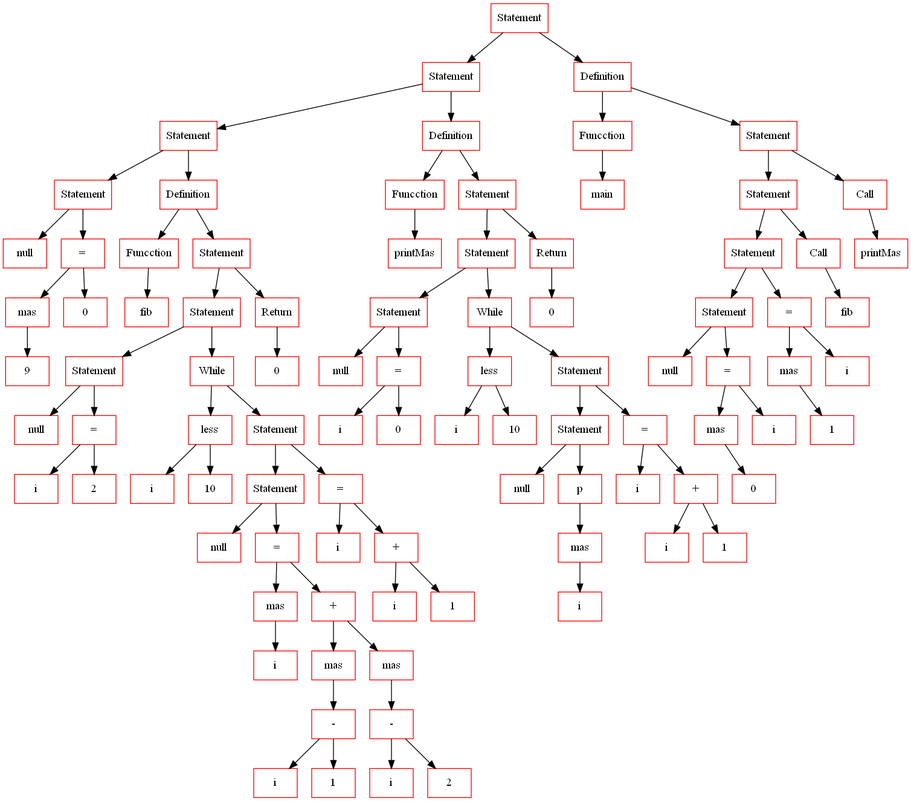
Above: lang_tree.png in vian96/uzh_lang (Graphviz), before the change. Its source is kept beside it as lang_tree.gv.
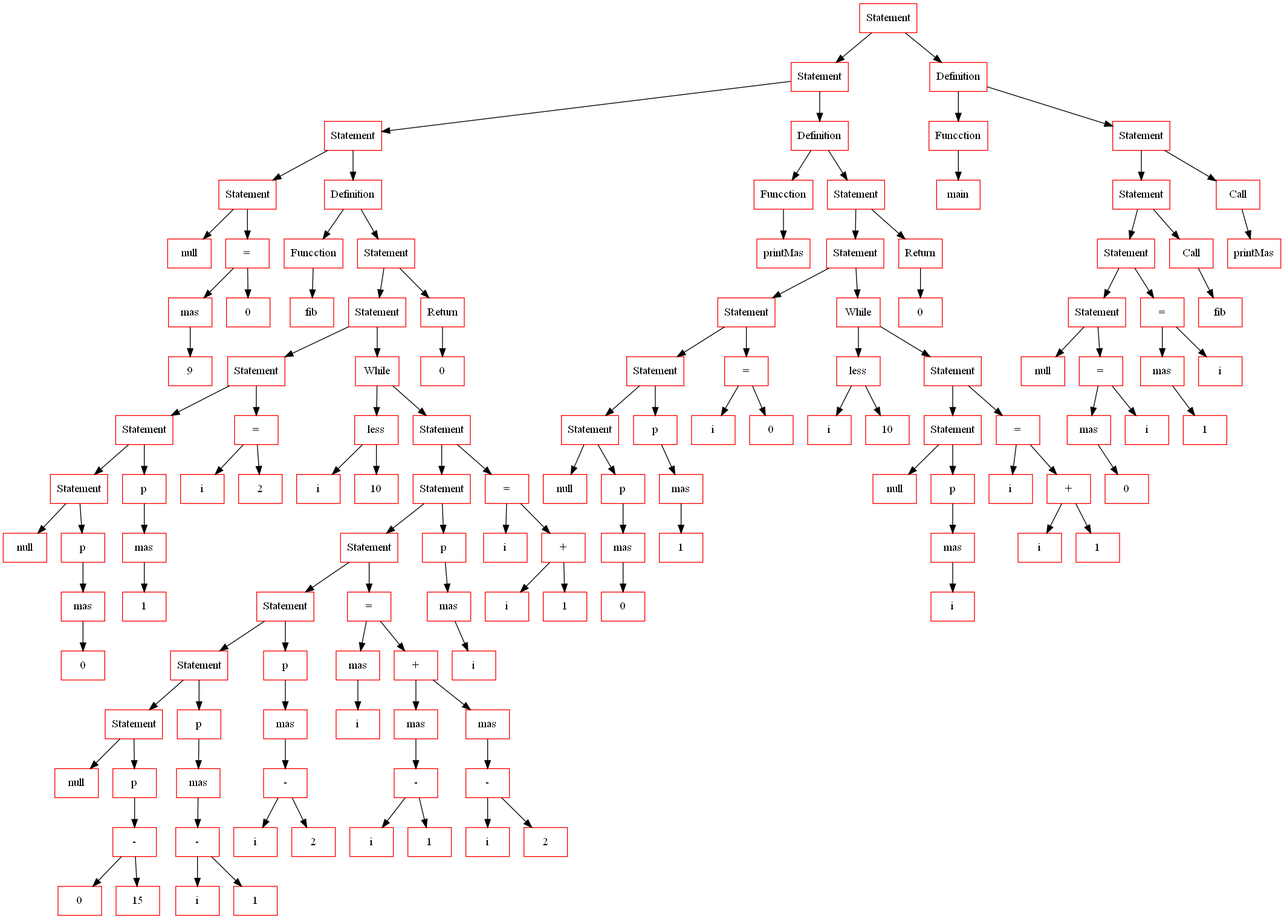
After the change.

The edit, as a diff of the source:
```diff
@@ -4,189 +4,263 @@
 
 	node[color="red",fontsize=14];
 
-	175106336[shape=record, label="Statement"];
-	175007280[shape=record, label="Statement"];
-	174987744[shape=record, label="Statement"];
-	174986352[shape=record, label="Statement"];
-	174986288[shape=record, label="null"];
-	174986416[shape=record, label="="];
-	174986480[shape=record, label="mas"];
-	174986544[shape=record, label="9"];
-	174987680[shape=record, label="0"];
-	174987808[shape=record, label="Definition"];
-	174987872[shape=record, label="Funcction"];
-	174987936[shape=record, label="fib"];
-	175008560[shape=record, label="Statement"];
-	175008944[shape=record, label="Statement"];
-	174988064[shape=record, label="Statement"];
-	174988000[shape=record, label="null"];
-	174988128[shape=record, label="="];
-	174988192[shape=record, label="i"];
-	174988256[shape=record, label="2"];
-	175007728[shape=record, label="While"];
-	175007792[shape=record, label="less"];
-	175008368[shape=record, label="i"];
-	175008688[shape=record, label="10"];
-	175008496[shape=record, label="Statement"];
-	175007920[shape=record, label="Statement"];
-	175009072[shape=record, label="null"];
-	175009008[shape=record, label="="];
-	175007472[shape=record, label="mas"];
-	175007664[shape=record, label="i"];
-	175007600[shape=record, label="+"];
-	175008432[shape=record, label="mas"];
-	175007536[shape=record, label="-"];
-	175007856[shape=record, label="i"];
-	175007344[shape=record, label="1"];
-	175008752[shape=record, label="mas"];
-	175008048[shape=record, label="-"];
-	175007984[shape=record, label="i"];
-	175008112[shape=record, label="2"];
-	175008816[shape=record, label="="];
-	175008176[shape=record, label="i"];
-	175008880[shape=record, label="+"];
-	175008304[shape=record, label="i"];
-	175008240[shape=record, label="1"];
-	175008624[shape=record, label="Return"];
-	175009136[shape=record, label="0"];
-	175007408[shape=record, label="Definition"];
-	175106464[shape=record, label="Funcction"];
-	175107616[shape=record, label="printMas"];
-	175107872[shape=record, label="Statement"];
-	175106592[shape=record, label="Statement"];
-	175105632[shape=record, label="Statement"];
-	175104672[shape=record, label="null"];
-	175107488[shape=record, label="="];
-	175106656[shape=record, label="i"];
-	175105696[shape=record, label="0"];
-	175106144[shape=record, label="While"];
-	175107680[shape=record, label="less"];
-	175106272[shape=record, label="i"];
-	175104608[shape=record, label="10"];
-	175107744[shape=record, label="Statement"];
-	175105888[shape=record, label="Statement"];
-	175106016[shape=record, label="null"];
-	175107168[shape=record, label="p"];
-	175105760[shape=record, label="mas"];
-	175108192[shape=record, label="i"];
-	175106528[shape=record, label="="];
-	175108384[shape=record, label="i"];
-	175106720[shape=record, label="+"];
-	175108256[shape=record, label="i"];
-	175108064[shape=record, label="1"];
-	175105568[shape=record, label="Return"];
-	175104736[shape=record, label="0"];
-	175106784[shape=record, label="Definition"];
-	175107104[shape=record, label="Funcction"];
-	175104800[shape=record, label="main"];
-	175107296[shape=record, label="Statement"];
-	175108320[shape=record, label="Statement"];
-	175106848[shape=record, label="Statement"];
-	175106400[shape=record, label="Statement"];
-	175104992[shape=record, label="null"];
-	175107936[shape=record, label="="];
-	175108000[shape=record, label="mas"];
-	175107232[shape=record, label="0"];
-	175106080[shape=record, label="i"];
-	175106912[shape=record, label="="];
-	175108128[shape=record, label="mas"];
-	175105952[shape=record, label="1"];
-	175106208[shape=record, label="i"];
-	175106976[shape=record, label="Call"];
-	175104864[shape=record, label="fib"];
-	175107040[shape=record, label="Call"];
-	175104480[shape=record, label="printMas"];
+	2498331712[shape=record, label="Statement"];
+	2500865920[shape=record, label="Statement"];
+	2498305520[shape=record, label="Statement"];
+	2498305200[shape=record, label="Statement"];
+	2498305136[shape=record, label="null"];
+	2498305264[shape=record, label="="];
+	2498305328[shape=record, label="mas"];
+	2498305392[shape=record, label="9"];
+	2498305456[shape=record, label="0"];
+	2498305584[shape=record, label="Definition"];
+	2498305648[shape=record, label="Funcction"];
+	2498305712[shape=record, label="fib"];
+	2500866176[shape=record, label="Statement"];
+	2498327584[shape=record, label="Statement"];
+	2498326688[shape=record, label="Statement"];
+	2498327456[shape=record, label="Statement"];
+	2498303088[shape=record, label="Statement"];
+	2498303024[shape=record, label="null"];
+	2498326816[shape=record, label="p"];
+	2498327328[shape=record, label="mas"];
+	2498327200[shape=record, label="0"];
+	2498328416[shape=record, label="p"];
+	2498327264[shape=record, label="mas"];
+	2498327136[shape=record, label="1"];
+	2498328096[shape=record, label="="];
+	2498328352[shape=record, label="i"];
+	2498327776[shape=record, label="2"];
+	2498328544[shape=record, label="While"];
+	2498326752[shape=record, label="less"];
+	2498327392[shape=record, label="i"];
+	2498327968[shape=record, label="10"];
+	2500863808[shape=record, label="Statement"];
+	2500865536[shape=record, label="Statement"];
+	2500864640[shape=record, label="Statement"];
+	2498326880[shape=record, label="Statement"];
+	2498328032[shape=record, label="Statement"];
+	2498327520[shape=record, label="Statement"];
+	2498327648[shape=record, label="null"];
+	2498327904[shape=record, label="p"];
+	2498327712[shape=record, label="-"];
+	2498328160[shape=record, label="0"];
+	2498327840[shape=record, label="15"];
+	2498327072[shape=record, label="p"];
+	2498328224[shape=record, label="mas"];
+	2498327008[shape=record, label="-"];
+	2498328288[shape=record, label="i"];
+	2498328480[shape=record, label="1"];
+	2498326944[shape=record, label="p"];
+	2500864960[shape=record, label="mas"];
+	2500864000[shape=record, label="-"];
+	2500865664[shape=record, label="i"];
+	2500864768[shape=record, label="2"];
+	2500864448[shape=record, label="="];
+	2500865344[shape=record, label="mas"];
+	2500863744[shape=record, label="i"];
+	2500863872[shape=record, label="+"];
+	2500864832[shape=record, label="mas"];
+	2500864256[shape=record, label="-"];
+	2500866496[shape=record, label="i"];
+	2500862912[shape=record, label="1"];
+	2500865408[shape=record, label="mas"];
+	2500866048[shape=record, label="-"];
+	2500865728[shape=record, label="i"];
+	2500865792[shape=record, label="2"];
+	2500864128[shape=record, label="p"];
+	2500866112[shape=record, label="mas"];
+	2500866688[shape=record, label="i"];
+	2500864512[shape=record, label="="];
+	2500865856[shape=record, label="i"];
+	2500863616[shape=record, label="+"];
+	2500865472[shape=record, label="i"];
+	2500863680[shape=record, label="1"];
+	2500865600[shape=record, label="Return"];
+	2500864704[shape=record, label="0"];
+	2500863424[shape=record, label="Definition"];
+	2500863936[shape=record, label="Funcction"];
+	2500864896[shape=record, label="printMas"];
+	2498332096[shape=record, label="Statement"];
+	2500866240[shape=record, label="Statement"];
+	2500866304[shape=record, label="Statement"];
+	2500865024[shape=record, label="Statement"];
+	2500864064[shape=record, label="Statement"];
+	2500862848[shape=record, label="null"];
+	2500865984[shape=record, label="p"];
+	2500862976[shape=record, label="mas"];
+	2500863488[shape=record, label="0"];
+	2500865088[shape=record, label="p"];
+	2500865152[shape=record, label="mas"];
+	2500865216[shape=record, label="1"];
+	2500865280[shape=record, label="="];
+	2500864192[shape=record, label="i"];
+	2500863168[shape=record, label="0"];
+	2500864320[shape=record, label="While"];
+	2500866432[shape=record, label="less"];
+	2500866368[shape=record, label="i"];
+	2500866560[shape=record, label="10"];
+	2500863552[shape=record, label="Statement"];
+	2500866752[shape=record, label="Statement"];
+	2500863360[shape=record, label="null"];
+	2500863104[shape=record, label="p"];
+	2500866624[shape=record, label="mas"];
+	2500864384[shape=record, label="i"];
+	2500864576[shape=record, label="="];
+	2500863040[shape=record, label="i"];
+	2500863296[shape=record, label="+"];
+	2500863232[shape=record, label="i"];
+	2498332416[shape=record, label="1"];
+	2498331392[shape=record, label="Return"];
+	2498330496[shape=record, label="0"];
+	2498329792[shape=record, label="Definition"];
+	2498330240[shape=record, label="Funcction"];
+	2498330304[shape=record, label="main"];
+	2498333440[shape=record, label="Statement"];
+	2498330432[shape=record, label="Statement"];
+	2498333120[shape=record, label="Statement"];
+	2498333056[shape=record, label="Statement"];
+	2498331328[shape=record, label="null"];
+	2498332608[shape=record, label="="];
+	2498331968[shape=record, label="mas"];
+	2498332352[shape=record, label="0"];
+	2498331008[shape=record, label="i"];
+	2498331840[shape=record, label="="];
+	2498333376[shape=record, label="mas"];
+	2498330752[shape=record, label="1"];
+	2498332480[shape=record, label="i"];
+	2498332032[shape=record, label="Call"];
+	2498331456[shape=record, label="fib"];
+	2498332800[shape=record, label="Call"];
+	2498331584[shape=record, label="printMas"];
 
-	175106336 -> 175007280[fontsize=12]
-	175106336 -> 175106784[fontsize=12]
-	175007280 -> 174987744[fontsize=12]
-	175007280 -> 175007408[fontsize=12]
-	174987744 -> 174986352[fontsize=12]
-	174987744 -> 174987808[fontsize=12]
-	174986352 -> 174986288[fontsize=12]
-	174986352 -> 174986416[fontsize=12]
-	174986416 -> 174986480[fontsize=12]
-	174986416 -> 174987680[fontsize=12]
-	174986480 -> 174986544[fontsize=12]
-	174987808 -> 174987872[fontsize=12]
-	174987808 -> 175008560[fontsize=12]
-	174987872 -> 174987936[fontsize=12]
-	175008560 -> 175008944[fontsize=12]
-	175008560 -> 175008624[fontsize=12]
-	175008944 -> 174988064[fontsize=12]
-	175008944 -> 175007728[fontsize=12]
-	174988064 -> 174988000[fontsize=12]
-	174988064 -> 174988128[fontsize=12]
-	174988128 -> 174988192[fontsize=12]
-	174988128 -> 174988256[fontsize=12]
-	175007728 -> 175007792[fontsize=12]
-	175007728 -> 175008496[fontsize=12]
-	175007792 -> 175008368[fontsize=12]
-	175007792 -> 175008688[fontsize=12]
-	175008496 -> 175007920[fontsize=12]
-	175008496 -> 175008816[fontsize=12]
-	175007920 -> 175009072[fontsize=12]
-	175007920 -> 175009008[fontsize=12]
-	175009008 -> 175007472[fontsize=12]
-	175009008 -> 175007600[fontsize=12]
-	175007472 -> 175007664[fontsize=12]
-	175007600 -> 175008432[fontsize=12]
-	175007600 -> 175008752[fontsize=12]
-	175008432 -> 175007536[fontsize=12]
-	175007536 -> 175007856[fontsize=12]
-	175007536 -> 175007344[fontsize=12]
-	175008752 -> 175008048[fontsize=12]
-	175008048 -> 175007984[fontsize=12]
-	175008048 -> 175008112[fontsize=12]
-	175008816 -> 175008176[fontsize=12]
-	175008816 -> 175008880[fontsize=12]
-	175008880 -> 175008304[fontsize=12]
-	175008880 -> 175008240[fontsize=12]
-	175008624 -> 175009136[fontsize=12]
-	175007408 -> 175106464[fontsize=12]
-	175007408 -> 175107872[fontsize=12]
-	175106464 -> 175107616[fontsize=12]
-	175107872 -> 175106592[fontsize=12]
-	175107872 -> 175105568[fontsize=12]
-	175106592 -> 175105632[fontsize=12]
-	175106592 -> 175106144[fontsize=12]
-	175105632 -> 175104672[fontsize=12]
-	175105632 -> 175107488[fontsize=12]
-	175107488 -> 175106656[fontsize=12]
-	175107488 -> 175105696[fontsize=12]
-	175106144 -> 175107680[fontsize=12]
-	175106144 -> 175107744[fontsize=12]
-	175107680 -> 175106272[fontsize=12]
-	175107680 -> 175104608[fontsize=12]
-	175107744 -> 175105888[fontsize=12]
-	175107744 -> 175106528[fontsize=12]
-	175105888 -> 175106016[fontsize=12]
-	175105888 -> 175107168[fontsize=12]
-	175107168 -> 175105760[fontsize=12]
-	175105760 -> 175108192[fontsize=12]
-	175106528 -> 175108384[fontsize=12]
-	175106528 -> 175106720[fontsize=12]
-	175106720 -> 175108256[fontsize=12]
-	175106720 -> 175108064[fontsize=12]
-	175105568 -> 175104736[fontsize=12]
-	175106784 -> 175107104[fontsize=12]
-	175106784 -> 175107296[fontsize=12]
-	175107104 -> 175104800[fontsize=12]
-	175107296 -> 175108320[fontsize=12]
-	175107296 -> 175107040[fontsize=12]
-	175108320 -> 175106848[fontsize=12]
-	175108320 -> 175106976[fontsize=12]
-	175106848 -> 175106400[fontsize=12]
-	175106848 -> 175106912[fontsize=12]
-	175106400 -> 175104992[fontsize=12]
-	175106400 -> 175107936[fontsize=12]
-	175107936 -> 175108000[fontsize=12]
-	175107936 -> 175106080[fontsize=12]
-	175108000 -> 175107232[fontsize=12]
-	175106912 -> 175108128[fontsize=12]
-	175106912 -> 175106208[fontsize=12]
-	175108128 -> 175105952[fontsize=12]
-	175106976 -> 175104864[fontsize=12]
-	175107040 -> 175104480[fontsize=12]
+	2498331712 -> 2500865920[fontsize=12]
+	2498331712 -> 2498329792[fontsize=12]
+	2500865920 -> 2498305520[fontsize=12]
+	2500865920 -> 2500863424[fontsize=12]
+	2498305520 -> 2498305200[fontsize=12]
+	2498305520 -> 2498305584[fontsize=12]
+	2498305200 -> 2498305136[fontsize=12]
+	2498305200 -> 2498305264[fontsize=12]
+	2498305264 -> 2498305328[fontsize=12]
+	2498305264 -> 2498305456[fontsize=12]
+	2498305328 -> 2498305392[fontsize=12]
+	2498305584 -> 2498305648[fontsize=12]
+	2498305584 -> 2500866176[fontsize=12]
+	2498305648 -> 2498305712[fontsize=12]
+	2500866176 -> 2498327584[fontsize=12]
+	2500866176 -> 2500865600[fontsize=12]
+	2498327584 -> 2498326688[fontsize=12]
+	2498327584 -> 2498328544[fontsize=12]
+	2498326688 -> 2498327456[fontsize=12]
+	2498326688 -> 2498328096[fontsize=12]
+	2498327456 -> 2498303088[fontsize=12]
+	2498327456 -> 2498328416[fontsize=12]
+	2498303088 -> 2498303024[fontsize=12]
+	2498303088 -> 2498326816[fontsize=12]
+	2498326816 -> 2498327328[fontsize=12]
+	2498327328 -> 2498327200[fontsize=12]
+	2498328416 -> 2498327264[fontsize=12]
+	2498327264 -> 2498327136[fontsize=12]
+	2498328096 -> 2498328352[fontsize=12]
+	2498328096 -> 2498327776[fontsize=12]
+	2498328544 -> 2498326752[fontsize=12]
+	2498328544 -> 2500863808[fontsize=12]
+	2498326752 -> 2498327392[fontsize=12]
+	2498326752 -> 2498327968[fontsize=12]
+	2500863808 -> 2500865536[fontsize=12]
+	2500863808 -> 2500864512[fontsize=12]
+	2500865536 -> 2500864640[fontsize=12]
+	2500865536 -> 2500864128[fontsize=12]
+	2500864640 -> 2498326880[fontsize=12]
+	2500864640 -> 2500864448[fontsize=12]
+	2498326880 -> 2498328032[fontsize=12]
+	2498326880 -> 2498326944[fontsize=12]
+	2498328032 -> 2498327520[fontsize=12]
+	2498328032 -> 2498327072[fontsize=12]
+	2498327520 -> 2498327648[fontsize=12]
+	2498327520 -> 2498327904[fontsize=12]
+	2498327904 -> 2498327712[fontsize=12]
+	2498327712 -> 2498328160[fontsize=12]
+	2498327712 -> 2498327840[fontsize=12]
+	2498327072 -> 2498328224[fontsize=12]
+	2498328224 -> 2498327008[fontsize=12]
+	2498327008 -> 2498328288[fontsize=12]
+	2498327008 -> 2498328480[fontsize=12]
+	2498326944 -> 2500864960[fontsize=12]
+	2500864960 -> 2500864000[fontsize=12]
+	2500864000 -> 2500865664[fontsize=12]
+	2500864000 -> 2500864768[fontsize=12]
+	2500864448 -> 2500865344[fontsize=12]
+	2500864448 -> 2500863872[fontsize=12]
+	2500865344 -> 2500863744[fontsize=12]
+	2500863872 -> 2500864832[fontsize=12]
+	2500863872 -> 2500865408[fontsize=12]
+	2500864832 -> 2500864256[fontsize=12]
+	2500864256 -> 2500866496[fontsize=12]
+	2500864256 -> 2500862912[fontsize=12]
+	2500865408 -> 2500866048[fontsize=12]
+	2500866048 -> 2500865728[fontsize=12]
+	2500866048 -> 2500865792[fontsize=12]
+	2500864128 -> 2500866112[fontsize=12]
+	2500866112 -> 2500866688[fontsize=12]
+	2500864512 -> 2500865856[fontsize=12]
+	2500864512 -> 2500863616[fontsize=12]
+	2500863616 -> 2500865472[fontsize=12]
+	2500863616 -> 2500863680[fontsize=12]
+	2500865600 -> 2500864704[fontsize=12]
+	2500863424 -> 2500863936[fontsize=12]
+	2500863424 -> 2498332096[fontsize=12]
+	2500863936 -> 2500864896[fontsize=12]
+	2498332096 -> 2500866240[fontsize=12]
+	2498332096 -> 2498331392[fontsize=12]
+	2500866240 -> 2500866304[fontsize=12]
+	2500866240 -> 2500864320[fontsize=12]
+	2500866304 -> 2500865024[fontsize=12]
+	2500866304 -> 2500865280[fontsize=12]
+	2500865024 -> 2500864064[fontsize=12]
+	2500865024 -> 2500865088[fontsize=12]
+	2500864064 -> 2500862848[fontsize=12]
+	2500864064 -> 2500865984[fontsize=12]
+	2500865984 -> 2500862976[fontsize=12]
+	2500862976 -> 2500863488[fontsize=12]
+	2500865088 -> 2500865152[fontsize=12]
+	2500865152 -> 2500865216[fontsize=12]
+	2500865280 -> 2500864192[fontsize=12]
+	2500865280 -> 2500863168[fontsize=12]
+	2500864320 -> 2500866432[fontsize=12]
+	2500864320 -> 2500863552[fontsize=12]
+	2500866432 -> 2500866368[fontsize=12]
+	2500866432 -> 2500866560[fontsize=12]
+	2500863552 -> 2500866752[fontsize=12]
+	2500863552 -> 2500864576[fontsize=12]
+	2500866752 -> 2500863360[fontsize=12]
+	2500866752 -> 2500863104[fontsize=12]
+	2500863104 -> 2500866624[fontsize=12]
+	2500866624 -> 2500864384[fontsize=12]
+	2500864576 -> 2500863040[fontsize=12]
+	2500864576 -> 2500863296[fontsize=12]
+	2500863296 -> 2500863232[fontsize=12]
+	2500863296 -> 2498332416[fontsize=12]
+	2498331392 -> 2498330496[fontsize=12]
+	2498329792 -> 2498330240[fontsize=12]
+	2498329792 -> 2498333440[fontsize=12]
+	2498330240 -> 2498330304[fontsize=12]
+	2498333440 -> 2498330432[fontsize=12]
+	2498333440 -> 2498332800[fontsize=12]
+	2498330432 -> 2498333120[fontsize=12]
+	2498330432 -> 2498332032[fontsize=12]
+	2498333120 -> 2498333056[fontsize=12]
+	2498333120 -> 2498331840[fontsize=12]
+	2498333056 -> 2498331328[fontsize=12]
+	2498333056 -> 2498332608[fontsize=12]
+	2498332608 -> 2498331968[fontsize=12]
+	2498332608 -> 2498331008[fontsize=12]
+	2498331968 -> 2498332352[fontsize=12]
+	2498331840 -> 2498333376[fontsize=12]
+	2498331840 -> 2498332480[fontsize=12]
+	2498333376 -> 2498330752[fontsize=12]
+	2498332032 -> 2498331456[fontsize=12]
+	2498332800 -> 2498331584[fontsize=12]
 
 }
```
